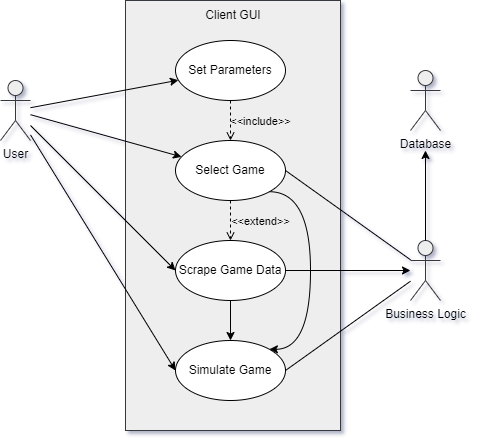
lesheidrich/Thesis keeps this draw.io diagram as img/usecase.png. Above is the earlier version. Source tidied: cells renumbered, new cells last; positions are measured from the earlier drawing's top-left corner, leaving out a move shared by most shapes. Its diagram source:
```xml
<mxGraphModel>
  <root>
    <mxCell id="0" />
    <mxCell id="1" parent="0" />
    <mxCell id="2" style="rounded=0;whiteSpace=wrap;html=1;fillColor=#eeeeee;strokeColor=#36393d;" parent="1" vertex="1">
      <mxGeometry x="125" width="215" height="430" as="geometry" />
    </mxCell>
    <mxCell id="3" style="rounded=0;jettySize=auto;html=1;" parent="1" edge="1" source="7" target="8">
      <mxGeometry relative="1" as="geometry" />
    </mxCell>
    <mxCell id="4" style="rounded=0;jettySize=auto;html=1;" parent="1" edge="1" source="7" target="12">
      <mxGeometry relative="1" as="geometry" />
    </mxCell>
    <mxCell id="5" style="rounded=0;jettySize=auto;html=1;entryX=0;entryY=0.5;entryDx=0;entryDy=0;" parent="1" edge="1" source="7" target="15">
      <mxGeometry relative="1" as="geometry" />
    </mxCell>
    <mxCell id="6" style="rounded=0;jettySize=auto;html=1;entryX=0;entryY=0.5;entryDx=0;entryDy=0;" parent="1" edge="1" source="7" target="17">
      <mxGeometry relative="1" as="geometry" />
    </mxCell>
    <mxCell id="7" value="User" style="shape=umlActor;verticalLabelPosition=bottom;verticalAlign=top;html=1;outlineConnect=0;fillColor=#eeeeee;strokeColor=#36393d;" parent="1" vertex="1">
      <mxGeometry y="80" width="30" height="60" as="geometry" />
    </mxCell>
    <mxCell id="8" value="Set Parameters" style="ellipse;whiteSpace=wrap;html=1;" parent="1" vertex="1">
      <mxGeometry x="175" y="40" width="110" height="60" as="geometry" />
    </mxCell>
    <mxCell id="9" value="Client GUI" style="text;html=1;align=center;verticalAlign=middle;whiteSpace=wrap;rounded=0;" parent="1" vertex="1">
      <mxGeometry x="187.5" width="90" height="30" as="geometry" />
    </mxCell>
    <mxCell id="10" style="rounded=0;jettySize=auto;html=1;exitX=1;exitY=0.5;exitDx=0;exitDy=0;endArrow=none;endFill=0;" parent="1" edge="1" source="12" target="19">
      <mxGeometry relative="1" as="geometry" />
    </mxCell>
    <mxCell id="11" style="edgeStyle=orthogonalEdgeStyle;rounded=0;jettySize=auto;html=1;exitX=1;exitY=1;exitDx=0;exitDy=0;entryX=1;entryY=0;entryDx=0;entryDy=0;curved=1;" parent="1" edge="1" source="12" target="17">
      <mxGeometry relative="1" as="geometry">
        <Array as="points">
          <mxPoint x="310" y="191" />
          <mxPoint x="310" y="349" />
        </Array>
      </mxGeometry>
    </mxCell>
    <mxCell id="12" value="Select Game" style="ellipse;whiteSpace=wrap;html=1;" parent="1" vertex="1">
      <mxGeometry x="175" y="140" width="110" height="60" as="geometry" />
    </mxCell>
    <mxCell id="13" style="edgeStyle=orthogonalEdgeStyle;rounded=0;jettySize=auto;html=1;exitX=0.5;exitY=1;exitDx=0;exitDy=0;entryX=0.5;entryY=0;entryDx=0;entryDy=0;" parent="1" edge="1" source="15" target="17">
      <mxGeometry relative="1" as="geometry" />
    </mxCell>
    <mxCell id="14" style="edgeStyle=orthogonalEdgeStyle;rounded=0;jettySize=auto;html=1;" parent="1" edge="1" source="15" target="19">
      <mxGeometry relative="1" as="geometry" />
    </mxCell>
    <mxCell id="15" value="Scrape Game Data" style="ellipse;whiteSpace=wrap;html=1;" parent="1" vertex="1">
      <mxGeometry x="175" y="240" width="110" height="60" as="geometry" />
    </mxCell>
    <mxCell id="16" style="rounded=0;jettySize=auto;html=1;exitX=1;exitY=0.5;exitDx=0;exitDy=0;endArrow=none;endFill=0;" parent="1" edge="1" source="17" target="19">
      <mxGeometry relative="1" as="geometry" />
    </mxCell>
    <mxCell id="17" value="Simulate Game" style="ellipse;whiteSpace=wrap;html=1;" parent="1" vertex="1">
      <mxGeometry x="175" y="340" width="110" height="60" as="geometry" />
    </mxCell>
    <mxCell id="18" value="Database" style="shape=umlActor;verticalLabelPosition=bottom;verticalAlign=top;html=1;outlineConnect=0;fillColor=#eeeeee;strokeColor=#36393d;" parent="1" vertex="1">
      <mxGeometry x="410" y="70" width="30" height="60" as="geometry" />
    </mxCell>
    <mxCell id="19" value="Business Logic" style="shape=umlActor;verticalLabelPosition=bottom;verticalAlign=top;html=1;outlineConnect=0;fillColor=#eeeeee;strokeColor=#36393d;" parent="1" vertex="1">
      <mxGeometry x="410" y="240" width="30" height="60" as="geometry" />
    </mxCell>
    <mxCell id="20" style="edgeStyle=orthogonalEdgeStyle;rounded=0;jettySize=auto;html=1;entryX=0.5;entryY=1.333;entryDx=0;entryDy=0;entryPerimeter=0;" parent="1" edge="1" source="19" target="18">
      <mxGeometry relative="1" as="geometry" />
    </mxCell>
    <mxCell id="21" value="&amp;lt;&amp;lt;include&amp;gt;&amp;gt;" style="html=1;verticalAlign=bottom;labelBackgroundColor=none;endArrow=open;endFill=0;dashed=1;rounded=0;exitX=0.5;exitY=1;exitDx=0;exitDy=0;entryX=0.5;entryY=0;entryDx=0;entryDy=0;" parent="1" edge="1" source="8" target="12">
      <mxGeometry x="0.5" y="30" relative="1" as="geometry" />
    </mxCell>
    <mxCell id="22" value="&amp;lt;&amp;lt;extend&amp;gt;&amp;gt;" style="html=1;verticalAlign=bottom;labelBackgroundColor=none;endArrow=open;endFill=0;dashed=1;rounded=0;exitX=0.5;exitY=1;exitDx=0;exitDy=0;" parent="1" edge="1" source="12" target="15">
      <mxGeometry x="0.5" y="30" relative="1" as="geometry" />
    </mxCell>
  </root>
</mxGraphModel>
```
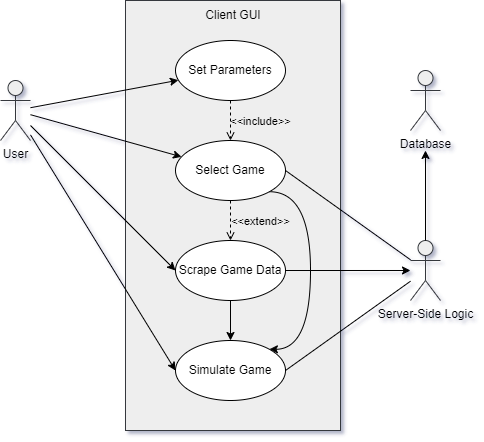
Later version of the same file.

Change to the diagram source:
```diff
@@ -58,7 +58,7 @@
     <mxCell id="18" value="Database" style="shape=umlActor;verticalLabelPosition=bottom;verticalAlign=top;html=1;outlineConnect=0;fillColor=#eeeeee;strokeColor=#36393d;" parent="1" vertex="1">
       <mxGeometry x="410" y="70" width="30" height="60" as="geometry" />
     </mxCell>
-    <mxCell id="19" value="Business Logic" style="shape=umlActor;verticalLabelPosition=bottom;verticalAlign=top;html=1;outlineConnect=0;fillColor=#eeeeee;strokeColor=#36393d;" parent="1" vertex="1">
+    <mxCell id="19" value="Server-Side Logic" style="shape=umlActor;verticalLabelPosition=bottom;verticalAlign=top;html=1;outlineConnect=0;fillColor=#eeeeee;strokeColor=#36393d;" parent="1" vertex="1">
       <mxGeometry x="410" y="240" width="30" height="60" as="geometry" />
     </mxCell>
     <mxCell id="20" style="edgeStyle=orthogonalEdgeStyle;rounded=0;jettySize=auto;html=1;entryX=0.5;entryY=1.333;entryDx=0;entryDy=0;entryPerimeter=0;" parent="1" edge="1" source="19" target="18">
```
